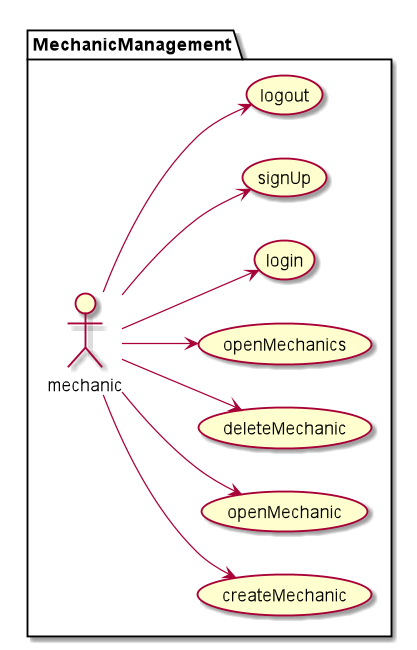
This is documentation/1requiremets/usecases/png/mechianicUsecases.png from Ruskab/agrimManager, a PlantUML export, as it was before one commit.
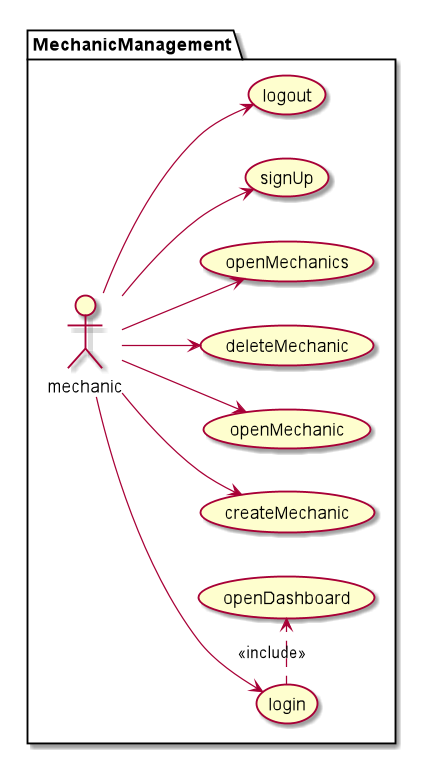
The same diagram one commit later.

What changed in the source:
```diff
@@ -7,6 +7,7 @@
 :mechanic: --> (deleteMechanic)
 :mechanic: --> (openMechanics)
 :mechanic: --> (login)
+    (login) .> (openDashboard) : <<include>>
 :mechanic: --> (signUp)
 :mechanic: --> (logout)
 }
```
